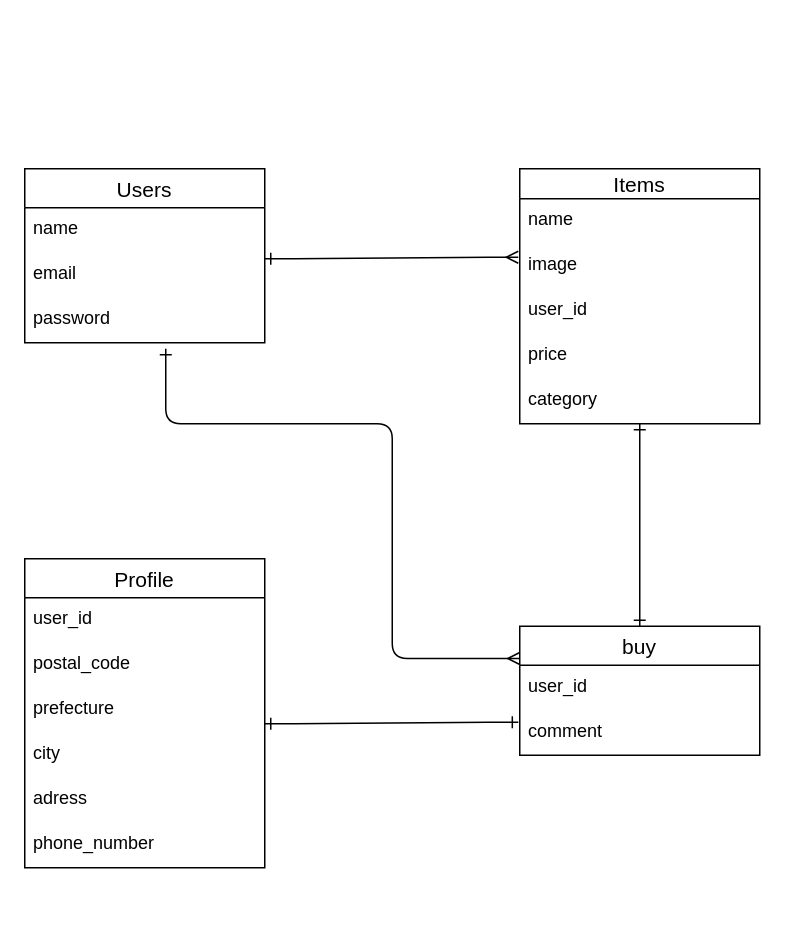
bmm1018/furima-37931 keeps this draw.io diagram as app/views/test.dio. Above is the earlier version. Source tidied: cells renumbered, new cells numbered last; positions are measured from the earlier drawing's top-left corner, leaving out a move shared by most shapes. Both pictures are drawn from the tidied source at 150%, with x=0, y=0 at pixel (24, 168).
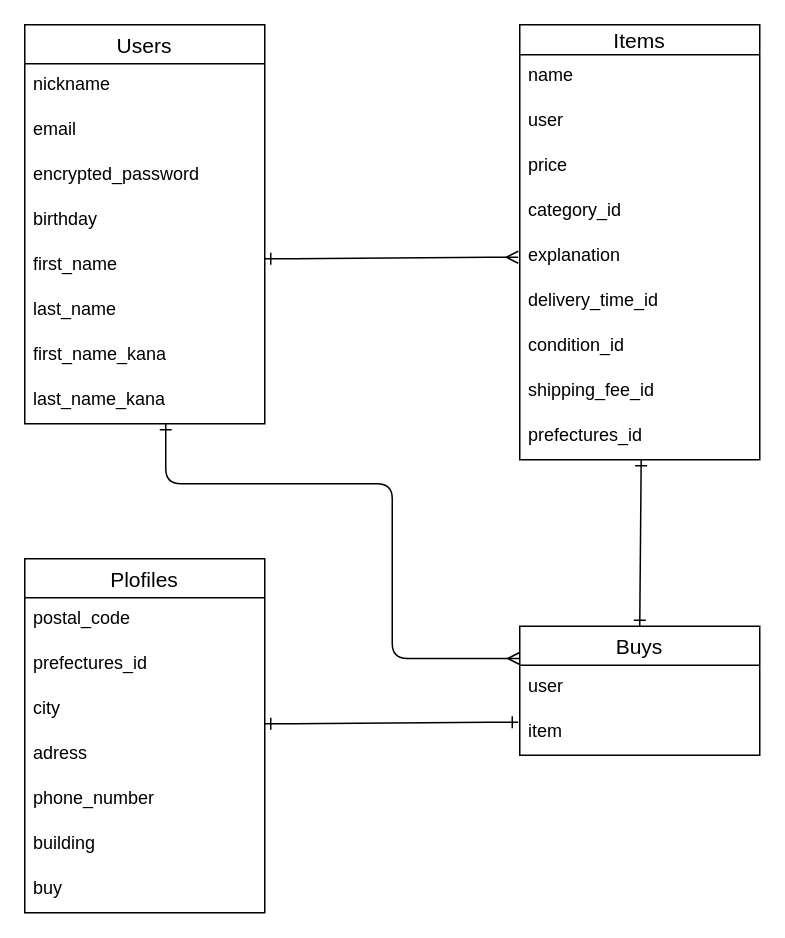
The same page after the edit.

The edit, as a diff of the source:
```diff
@@
     <mxCell id="2" value="Users" style="swimlane;fontStyle=0;horizontal=1;startSize=26;align=center;fontSize=14;" parent="1" vertex="1">
-      <mxGeometry width="160" height="116" as="geometry" />
+      <mxGeometry y="-96" width="160" height="266" as="geometry" />
     </mxCell>
-    <mxCell id="3" value="name" style="text;strokeColor=none;fillColor=none;spacingLeft=4;spacingRight=4;overflow=hidden;fontSize=12;" parent="2" vertex="1">
+    <mxCell id="3" value="nickname" style="text;strokeColor=none;fillColor=none;spacingLeft=4;spacingRight=4;overflow=hidden;fontSize=12;" parent="2" vertex="1">
       <mxGeometry y="26" width="160" height="30" as="geometry" />
     </mxCell>
@@
-    <mxCell id="5" value="password" style="text;strokeColor=none;fillColor=none;spacingLeft=4;spacingRight=4;overflow=hidden;fontSize=12;" parent="2" vertex="1">
+    <mxCell id="5" value="encrypted_password" style="text;strokeColor=none;fillColor=none;spacingLeft=4;spacingRight=4;overflow=hidden;fontSize=12;" parent="2" vertex="1">
       <mxGeometry y="86" width="160" height="30" as="geometry" />
     </mxCell>
+    <mxCell id="26" value="birthday" style="text;strokeColor=none;fillColor=none;spacingLeft=4;spacingRight=4;overflow=hidden;fontSize=12;" parent="2" vertex="1">
+      <mxGeometry y="116" width="160" height="30" as="geometry" />
+    </mxCell>
+    <mxCell id="27" value="first_name" style="text;strokeColor=none;fillColor=none;spacingLeft=4;spacingRight=4;overflow=hidden;fontSize=12;" parent="2" vertex="1">
+      <mxGeometry y="146" width="160" height="30" as="geometry" />
+    </mxCell>
+    <mxCell id="28" value="last_name" style="text;strokeColor=none;fillColor=none;spacingLeft=4;spacingRight=4;overflow=hidden;fontSize=12;" parent="2" vertex="1">
+      <mxGeometry y="176" width="160" height="30" as="geometry" />
+    </mxCell>
+    <mxCell id="29" value="first_name_kana" style="text;strokeColor=none;fillColor=none;spacingLeft=4;spacingRight=4;overflow=hidden;fontSize=12;" parent="2" vertex="1">
+      <mxGeometry y="206" width="160" height="30" as="geometry" />
+    </mxCell>
+    <mxCell id="30" value="last_name_kana" style="text;strokeColor=none;fillColor=none;spacingLeft=4;spacingRight=4;overflow=hidden;fontSize=12;" parent="2" vertex="1">
+      <mxGeometry y="236" width="160" height="30" as="geometry" />
+    </mxCell>
     <mxCell id="6" value="Items" style="swimlane;fontStyle=0;horizontal=1;startSize=20;align=center;fontSize=14;" parent="1" vertex="1">
-      <mxGeometry x="330" width="160" height="170" as="geometry" />
+      <mxGeometry x="330" y="-96" width="160" height="290" as="geometry" />
     </mxCell>
@@
-    <mxCell id="8" value="image" style="text;strokeColor=none;fillColor=none;spacingLeft=4;spacingRight=4;overflow=hidden;points=[[0,0.5],[1,0.5]];portConstraint=eastwest;fontSize=12;" parent="6" vertex="1">
-      <mxGeometry y="50" width="160" height="30" as="geometry" />
-    </mxCell>
-    <mxCell id="9" value="user_id" style="text;strokeColor=none;fillColor=none;spacingLeft=4;spacingRight=4;overflow=hidden;fontSize=12;" parent="6" vertex="1">
-      <mxGeometry y="80" width="160" height="30" as="geometry" />
+    <mxCell id="9" value="user" style="text;strokeColor=none;fillColor=none;spacingLeft=4;spacingRight=4;overflow=hidden;fontSize=12;" parent="6" vertex="1">
+      <mxGeometry y="50" width="160" height="30" as="geometry" />
     </mxCell>
     <mxCell id="10" value="price" style="text;strokeColor=none;fillColor=none;spacingLeft=4;spacingRight=4;overflow=hidden;fontSize=12;" parent="6" vertex="1">
-      <mxGeometry y="110" width="160" height="30" as="geometry" />
+      <mxGeometry y="80" width="160" height="30" as="geometry" />
     </mxCell>
-    <mxCell id="11" value="category" style="text;strokeColor=none;fillColor=none;spacingLeft=4;spacingRight=4;overflow=hidden;fontSize=12;" parent="6" vertex="1">
-      <mxGeometry y="140" width="160" height="30" as="geometry" />
+    <mxCell id="11" value="category_id" style="text;strokeColor=none;fillColor=none;spacingLeft=4;spacingRight=4;overflow=hidden;fontSize=12;" parent="6" vertex="1">
+      <mxGeometry y="110" width="160" height="30" as="geometry" />
     </mxCell>
+    <mxCell id="31" value="explanation" style="text;strokeColor=none;fillColor=none;spacingLeft=4;spacingRight=4;overflow=hidden;fontSize=12;" parent="6" vertex="1">
+      <mxGeometry y="140" width="160" height="30" as="geometry" />
+    </mxCell>
+    <mxCell id="32" value="delivery_time_id" style="text;strokeColor=none;fillColor=none;spacingLeft=4;spacingRight=4;overflow=hidden;fontSize=12;" parent="6" vertex="1">
+      <mxGeometry y="170" width="160" height="30" as="geometry" />
+    </mxCell>
+    <mxCell id="33" value="condition_id" style="text;strokeColor=none;fillColor=none;spacingLeft=4;spacingRight=4;overflow=hidden;fontSize=12;" parent="6" vertex="1">
+      <mxGeometry y="200" width="160" height="30" as="geometry" />
+    </mxCell>
+    <mxCell id="34" value="shipping_fee_id" style="text;strokeColor=none;fillColor=none;spacingLeft=4;spacingRight=4;overflow=hidden;fontSize=12;" parent="6" vertex="1">
+      <mxGeometry y="230" width="160" height="30" as="geometry" />
+    </mxCell>
+    <mxCell id="35" value="prefectures_id" style="text;strokeColor=none;fillColor=none;spacingLeft=4;spacingRight=4;overflow=hidden;points=[[0,0.5],[1,0.5]];portConstraint=eastwest;fontSize=12;" parent="6" vertex="1">
+      <mxGeometry y="260" width="160" height="30" as="geometry" />
+    </mxCell>
-    <mxCell id="12" style="edgeStyle=entityRelationEdgeStyle;fontSize=12;html=1;endArrow=ERmany;startArrow=ERone;entryX=-0.006;entryY=0.3;entryDx=0;entryDy=0;entryPerimeter=0;startFill=0;endFill=0;" parent="1" edge="1" target="8">
+    <mxCell id="12" style="edgeStyle=entityRelationEdgeStyle;fontSize=12;html=1;endArrow=ERmany;startArrow=ERone;entryX=-0.006;entryY=0.3;entryDx=0;entryDy=0;entryPerimeter=0;startFill=0;endFill=0;" parent="1" edge="1">
       <mxGeometry relative="1" as="geometry">
         <mxPoint x="160" y="60" as="sourcePoint" />
+        <mxPoint x="329" y="59" as="targetPoint" />
       </mxGeometry>
     </mxCell>
-    <mxCell id="13" value="Profile" style="swimlane;fontStyle=0;horizontal=1;startSize=26;align=center;fontSize=14;" parent="1" vertex="1">
-      <mxGeometry y="260" width="160" height="206" as="geometry" />
+    <mxCell id="13" value="Plofiles" style="swimlane;fontStyle=0;horizontal=1;startSize=26;align=center;fontSize=14;" parent="1" vertex="1">
+      <mxGeometry y="260" width="160" height="236" as="geometry" />
     </mxCell>
-    <mxCell id="14" value="user_id" style="text;strokeColor=none;fillColor=none;spacingLeft=4;spacingRight=4;overflow=hidden;fontSize=12;" parent="13" vertex="1">
-      <mxGeometry y="26" width="160" height="30" as="geometry" />
-    </mxCell>
     <mxCell id="15" value="postal_code" style="text;strokeColor=none;fillColor=none;spacingLeft=4;spacingRight=4;overflow=hidden;fontSize=12;" parent="13" vertex="1">
-      <mxGeometry y="56" width="160" height="30" as="geometry" />
+      <mxGeometry y="26" width="160" height="30" as="geometry" />
     </mxCell>
-    <mxCell id="16" value="prefecture" style="text;strokeColor=none;fillColor=none;spacingLeft=4;spacingRight=4;overflow=hidden;fontSize=12;" parent="13" vertex="1">
-      <mxGeometry y="86" width="160" height="30" as="geometry" />
+    <mxCell id="16" value="prefectures_id" style="text;strokeColor=none;fillColor=none;spacingLeft=4;spacingRight=4;overflow=hidden;fontSize=12;" parent="13" vertex="1">
+      <mxGeometry y="56" width="160" height="30" as="geometry" />
     </mxCell>
     <mxCell id="17" value="city" style="text;strokeColor=none;fillColor=none;spacingLeft=4;spacingRight=4;overflow=hidden;fontSize=12;" parent="13" vertex="1">
-      <mxGeometry y="116" width="160" height="30" as="geometry" />
+      <mxGeometry y="86" width="160" height="30" as="geometry" />
     </mxCell>
     <mxCell id="18" value="adress" style="text;strokeColor=none;fillColor=none;spacingLeft=4;spacingRight=4;overflow=hidden;fontSize=12;" parent="13" vertex="1">
-      <mxGeometry y="146" width="160" height="30" as="geometry" />
+      <mxGeometry y="116" width="160" height="30" as="geometry" />
     </mxCell>
     <mxCell id="19" value="phone_number" style="text;strokeColor=none;fillColor=none;spacingLeft=4;spacingRight=4;overflow=hidden;fontSize=12;" parent="13" vertex="1">
-      <mxGeometry y="176" width="160" height="30" as="geometry" />
+      <mxGeometry y="146" width="160" height="30" as="geometry" />
     </mxCell>
+    <mxCell id="36" value="building" style="text;strokeColor=none;fillColor=none;spacingLeft=4;spacingRight=4;overflow=hidden;fontSize=12;" parent="13" vertex="1">
+      <mxGeometry y="176" width="160" height="30" as="geometry" />
+    </mxCell>
+    <mxCell id="37" value="buy" style="text;strokeColor=none;fillColor=none;spacingLeft=4;spacingRight=4;overflow=hidden;fontSize=12;" parent="13" vertex="1">
+      <mxGeometry y="206" width="160" height="30" as="geometry" />
+    </mxCell>
-    <mxCell id="20" value="buy" style="swimlane;fontStyle=0;horizontal=1;startSize=26;align=center;fontSize=14;" parent="1" vertex="1">
+    <mxCell id="20" value="Buys" style="swimlane;fontStyle=0;horizontal=1;startSize=26;align=center;fontSize=14;" parent="1" vertex="1">
       <mxGeometry x="330" y="305" width="160" height="86" as="geometry" />
     </mxCell>
-    <mxCell id="21" value="user_id" style="text;strokeColor=none;fillColor=none;spacingLeft=4;spacingRight=4;overflow=hidden;fontSize=12;" parent="20" vertex="1">
+    <mxCell id="21" value="user" style="text;strokeColor=none;fillColor=none;spacingLeft=4;spacingRight=4;overflow=hidden;fontSize=12;" parent="20" vertex="1">
       <mxGeometry y="26" width="160" height="30" as="geometry" />
     </mxCell>
-    <mxCell id="22" value="comment" style="text;strokeColor=none;fillColor=none;spacingLeft=4;spacingRight=4;overflow=hidden;points=[[0,0.5],[1,0.5]];portConstraint=eastwest;fontSize=12;" parent="20" vertex="1">
-      <mxGeometry y="56" width="160" height="30" as="geometry" />
-    </mxCell>
+    <mxCell id="38" value="item" style="text;strokeColor=none;fillColor=none;spacingLeft=4;spacingRight=4;overflow=hidden;fontSize=12;" parent="20" vertex="1">
+      <mxGeometry y="56" width="160" height="30" as="geometry" />
+    </mxCell>
-    <mxCell id="23" style="fontSize=12;html=1;endArrow=ERone;startArrow=ERone;entryX=0.5;entryY=0;entryDx=0;entryDy=0;startFill=0;endFill=0;" parent="1" edge="1" target="20">
-      <mxGeometry relative="1" as="geometry">
-        <mxPoint x="410" y="170" as="sourcePoint" />
-      </mxGeometry>
+    <mxCell id="23" style="fontSize=12;html=1;endArrow=ERone;startArrow=ERone;entryX=0.5;entryY=0;entryDx=0;entryDy=0;startFill=0;endFill=0;exitX=0.506;exitY=1;exitDx=0;exitDy=0;exitPerimeter=0;" parent="1" edge="1" source="35" target="20">
+      <mxGeometry relative="1" as="geometry" />
     </mxCell>
-    <mxCell id="24" style="edgeStyle=entityRelationEdgeStyle;fontSize=12;html=1;endArrow=ERone;startArrow=ERone;entryX=-0.006;entryY=0.267;entryDx=0;entryDy=0;entryPerimeter=0;startFill=0;endFill=0;" parent="1" edge="1" target="22">
+    <mxCell id="24" style="edgeStyle=entityRelationEdgeStyle;fontSize=12;html=1;endArrow=ERone;startArrow=ERone;entryX=-0.006;entryY=0.267;entryDx=0;entryDy=0;entryPerimeter=0;startFill=0;endFill=0;" parent="1" edge="1">
       <mxGeometry relative="1" as="geometry">
         <mxPoint x="160" y="370" as="sourcePoint" />
+        <mxPoint x="329" y="369" as="targetPoint" />
       </mxGeometry>
     </mxCell>
     <mxCell id="25" style="fontSize=12;html=1;endArrow=ERmany;startArrow=ERone;entryX=0;entryY=0.25;entryDx=0;entryDy=0;startFill=0;endFill=0;edgeStyle=orthogonalEdgeStyle;" parent="1" edge="1" target="20">
       <mxGeometry relative="1" as="geometry">
-        <mxPoint x="94" y="120" as="sourcePoint" />
+        <mxPoint x="94" y="170" as="sourcePoint" />
         <Array as="points">
-          <mxPoint x="94" y="170" />
-          <mxPoint x="245" y="170" />
+          <mxPoint x="94" y="210" />
+          <mxPoint x="245" y="210" />
           <mxPoint x="245" y="327" />
         </Array>
       </mxGeometry>
     </mxCell>
```
